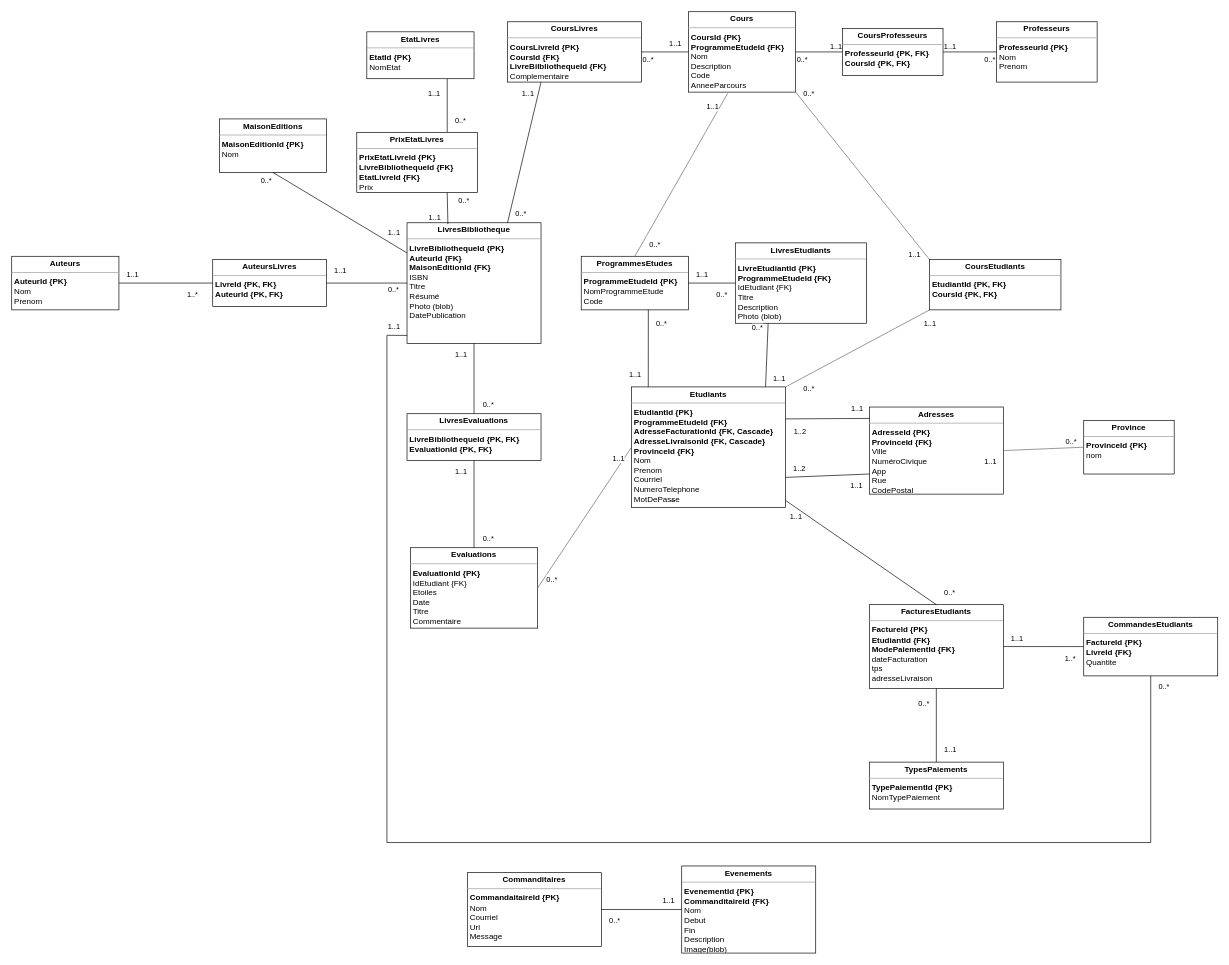
This is page "Page-1" (1 of 2) of org/diagrammes/modele-bd/modele-bd.drawio from Feelschevreuil/vlisside-Survivor, a draw.io file, before an edit. Source tidied: cells renumbered, new cells numbered last; positions are measured from the earlier drawing's top-left corner, leaving out a move shared by most shapes. Both pictures are drawn from the tidied source at 67%, with x=0, y=0 at pixel (11, 11).
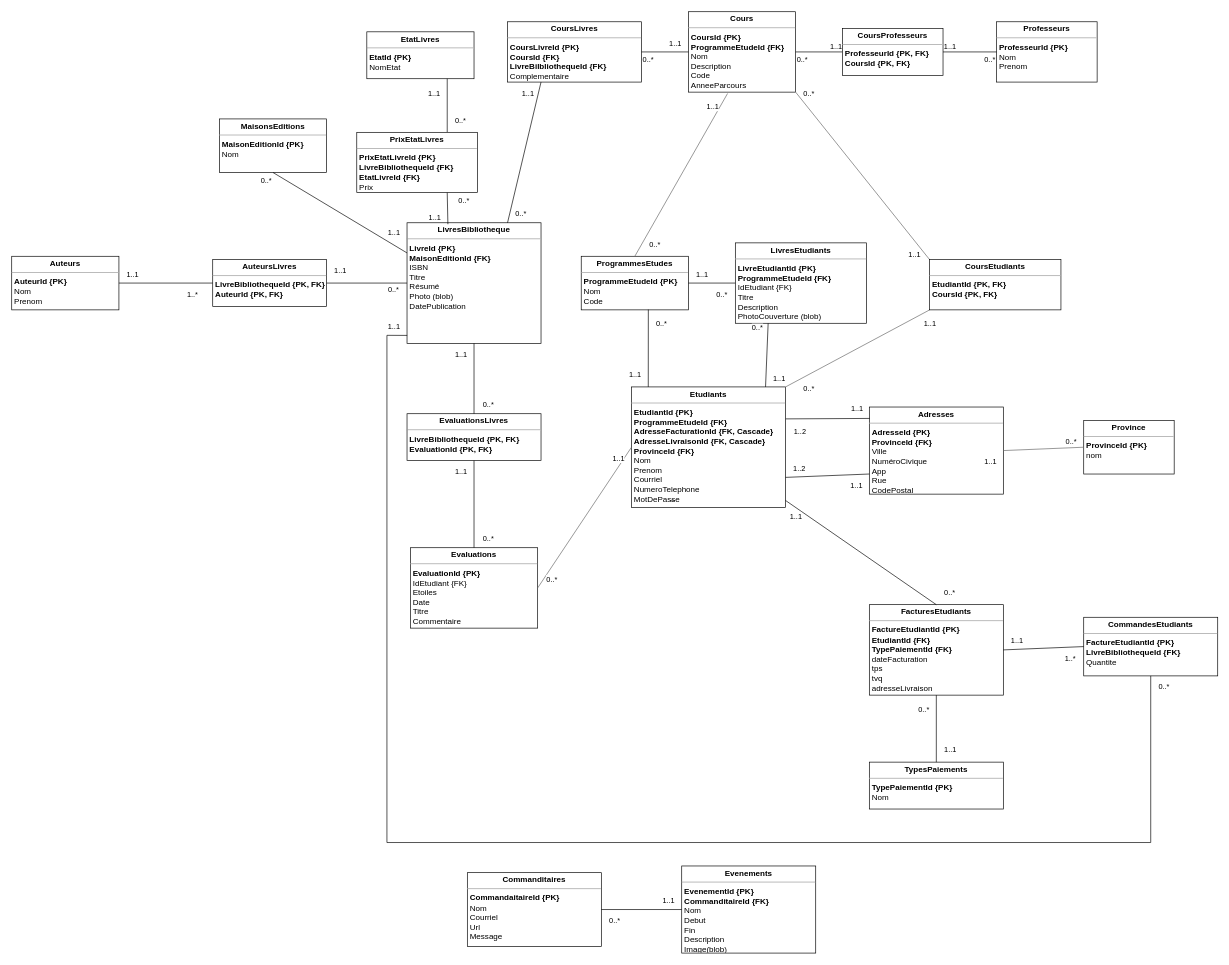
The same diagram, later.

Commit message:
docs: modification diagramme de base de données

Modifier le diagramme de la base de données afin de concoorder avec les
termes utilisés dans celle-ci.

What changed in the source:
```diff
@@
-    <mxCell id="2" value="&lt;p style=&quot;margin: 0px ; margin-top: 4px ; text-align: center&quot;&gt;&lt;b&gt;LivresBibliotheque&lt;/b&gt;&lt;/p&gt;&lt;hr size=&quot;1&quot;&gt;&lt;p style=&quot;margin: 0px ; margin-left: 4px&quot;&gt;&lt;b&gt;LivreBibliothequeId {PK}&lt;/b&gt;&lt;/p&gt;&lt;p style=&quot;margin: 0px ; margin-left: 4px&quot;&gt;&lt;b&gt;AuteurId {FK}&lt;/b&gt;&lt;/p&gt;&lt;p style=&quot;margin: 0px ; margin-left: 4px&quot;&gt;&lt;b&gt;MaisonEditionId {FK}&lt;/b&gt;&lt;/p&gt;&lt;p style=&quot;margin: 0px ; margin-left: 4px&quot;&gt;ISBN&lt;/p&gt;&lt;p style=&quot;margin: 0px ; margin-left: 4px&quot;&gt;Titre&lt;/p&gt;&lt;p style=&quot;margin: 0px ; margin-left: 4px&quot;&gt;Résumé&lt;/p&gt;&lt;p style=&quot;margin: 0px ; margin-left: 4px&quot;&gt;Photo (blob)&lt;/p&gt;&lt;p style=&quot;margin: 0px ; margin-left: 4px&quot;&gt;DatePublication&lt;/p&gt;" style="verticalAlign=top;align=left;overflow=fill;fontSize=12;fontFamily=Helvetica;html=1;" parent="1" vertex="1">
+    <mxCell id="2" value="&lt;p style=&quot;margin: 0px ; margin-top: 4px ; text-align: center&quot;&gt;&lt;b&gt;LivresBibliotheque&lt;/b&gt;&lt;/p&gt;&lt;hr size=&quot;1&quot;&gt;&lt;p style=&quot;margin: 0px ; margin-left: 4px&quot;&gt;&lt;b&gt;LivreId {PK}&lt;/b&gt;&lt;/p&gt;&lt;p style=&quot;margin: 0px ; margin-left: 4px&quot;&gt;&lt;b&gt;MaisonEditionId {FK}&lt;/b&gt;&lt;/p&gt;&lt;p style=&quot;margin: 0px ; margin-left: 4px&quot;&gt;ISBN&lt;/p&gt;&lt;p style=&quot;margin: 0px ; margin-left: 4px&quot;&gt;Titre&lt;/p&gt;&lt;p style=&quot;margin: 0px ; margin-left: 4px&quot;&gt;Résumé&lt;/p&gt;&lt;p style=&quot;margin: 0px ; margin-left: 4px&quot;&gt;Photo (blob)&lt;/p&gt;&lt;p style=&quot;margin: 0px ; margin-left: 4px&quot;&gt;DatePublication&lt;/p&gt;" style="verticalAlign=top;align=left;overflow=fill;fontSize=12;fontFamily=Helvetica;html=1;" parent="1" vertex="1">
       <mxGeometry x="590" y="315" width="200" height="180" as="geometry" />
     </mxCell>
-    <mxCell id="3" value="&lt;p style=&quot;margin: 0px ; margin-top: 4px ; text-align: center&quot;&gt;&lt;b&gt;LivresEvaluations&lt;/b&gt;&lt;/p&gt;&lt;hr size=&quot;1&quot;&gt;&lt;p style=&quot;margin: 0px ; margin-left: 4px&quot;&gt;&lt;b&gt;LivreBibliothequeId {PK, FK}&lt;/b&gt;&lt;/p&gt;&lt;p style=&quot;margin: 0px ; margin-left: 4px&quot;&gt;&lt;b&gt;EvaluationId {PK, FK}&lt;/b&gt;&lt;/p&gt;" style="verticalAlign=top;align=left;overflow=fill;fontSize=12;fontFamily=Helvetica;html=1;" parent="1" vertex="1">
+    <mxCell id="3" value="&lt;p style=&quot;margin: 0px ; margin-top: 4px ; text-align: center&quot;&gt;&lt;b&gt;EvaluationsLivres&lt;/b&gt;&lt;/p&gt;&lt;hr size=&quot;1&quot;&gt;&lt;p style=&quot;margin: 0px ; margin-left: 4px&quot;&gt;&lt;b&gt;LivreBibliothequeId {PK, FK}&lt;/b&gt;&lt;/p&gt;&lt;p style=&quot;margin: 0px ; margin-left: 4px&quot;&gt;&lt;b&gt;EvaluationId {PK, FK}&lt;/b&gt;&lt;/p&gt;" style="verticalAlign=top;align=left;overflow=fill;fontSize=12;fontFamily=Helvetica;html=1;" parent="1" vertex="1">
       <mxGeometry x="590" y="600" width="200" height="70" as="geometry" />
     </mxCell>
@@
-    <mxCell id="11" value="&lt;p style=&quot;margin: 0px ; margin-top: 4px ; text-align: center&quot;&gt;&lt;b&gt;ProgrammesEtudes&lt;/b&gt;&lt;/p&gt;&lt;hr size=&quot;1&quot;&gt;&lt;p style=&quot;margin: 0px ; margin-left: 4px&quot;&gt;&lt;b&gt;ProgrammeEtudeId {PK}&lt;/b&gt;&lt;/p&gt;&lt;p style=&quot;margin: 0px ; margin-left: 4px&quot;&gt;NomProgrammeEtude&lt;/p&gt;&lt;p style=&quot;margin: 0px ; margin-left: 4px&quot;&gt;Code&lt;/p&gt;" style="verticalAlign=top;align=left;overflow=fill;fontSize=12;fontFamily=Helvetica;html=1;" parent="1" vertex="1">
+    <mxCell id="11" value="&lt;p style=&quot;margin: 0px ; margin-top: 4px ; text-align: center&quot;&gt;&lt;b&gt;ProgrammesEtudes&lt;/b&gt;&lt;/p&gt;&lt;hr size=&quot;1&quot;&gt;&lt;p style=&quot;margin: 0px ; margin-left: 4px&quot;&gt;&lt;b&gt;ProgrammeEtudeId {PK}&lt;/b&gt;&lt;/p&gt;&lt;p style=&quot;margin: 0px ; margin-left: 4px&quot;&gt;Nom&lt;/p&gt;&lt;p style=&quot;margin: 0px ; margin-left: 4px&quot;&gt;Code&lt;/p&gt;" style="verticalAlign=top;align=left;overflow=fill;fontSize=12;fontFamily=Helvetica;html=1;" parent="1" vertex="1">
       <mxGeometry x="850" y="365" width="160" height="80" as="geometry" />
     </mxCell>
@@
-    <mxCell id="16" value="&lt;p style=&quot;margin: 0px ; margin-top: 4px ; text-align: center&quot;&gt;&lt;b&gt;AuteursLivres&lt;/b&gt;&lt;/p&gt;&lt;hr size=&quot;1&quot;&gt;&lt;p style=&quot;margin: 0px ; margin-left: 4px&quot;&gt;&lt;b&gt;LivreId {PK, FK}&lt;/b&gt;&lt;/p&gt;&lt;p style=&quot;margin: 0px ; margin-left: 4px&quot;&gt;&lt;b&gt;AuteurId {PK, FK}&lt;/b&gt;&lt;br&gt;&lt;/p&gt;" style="verticalAlign=top;align=left;overflow=fill;fontSize=12;fontFamily=Helvetica;html=1;" parent="1" vertex="1">
+    <mxCell id="16" value="&lt;p style=&quot;margin: 0px ; margin-top: 4px ; text-align: center&quot;&gt;&lt;b&gt;AuteursLivres&lt;/b&gt;&lt;/p&gt;&lt;hr size=&quot;1&quot;&gt;&lt;p style=&quot;margin: 0px ; margin-left: 4px&quot;&gt;&lt;b&gt;LivreBibliothequeId {PK, FK}&lt;/b&gt;&lt;/p&gt;&lt;p style=&quot;margin: 0px ; margin-left: 4px&quot;&gt;&lt;b&gt;AuteurId {PK, FK}&lt;/b&gt;&lt;br&gt;&lt;/p&gt;" style="verticalAlign=top;align=left;overflow=fill;fontSize=12;fontFamily=Helvetica;html=1;" parent="1" vertex="1">
       <mxGeometry x="300" y="370" width="170" height="70" as="geometry" />
     </mxCell>
@@
-    <mxCell id="24" value="&lt;p style=&quot;margin: 0px ; margin-top: 4px ; text-align: center&quot;&gt;&lt;b&gt;LivresEtudiants&lt;/b&gt;&lt;/p&gt;&lt;hr size=&quot;1&quot;&gt;&lt;p style=&quot;margin: 0px ; margin-left: 4px&quot;&gt;&lt;b&gt;LivreEtudiantId {PK}&lt;/b&gt;&lt;/p&gt;&lt;p style=&quot;margin: 0px ; margin-left: 4px&quot;&gt;&lt;b&gt;ProgrammeEtudeId {FK}&lt;/b&gt;&lt;br&gt;IdEtudiant {FK}&lt;/p&gt;&lt;p style=&quot;margin: 0px ; margin-left: 4px&quot;&gt;Titre&lt;/p&gt;&lt;p style=&quot;margin: 0px ; margin-left: 4px&quot;&gt;Description&lt;/p&gt;&lt;p style=&quot;margin: 0px ; margin-left: 4px&quot;&gt;Photo (blob)&lt;/p&gt;" style="verticalAlign=top;align=left;overflow=fill;fontSize=12;fontFamily=Helvetica;html=1;" parent="1" vertex="1">
+    <mxCell id="24" value="&lt;p style=&quot;margin: 0px ; margin-top: 4px ; text-align: center&quot;&gt;&lt;b&gt;LivresEtudiants&lt;/b&gt;&lt;/p&gt;&lt;hr size=&quot;1&quot;&gt;&lt;p style=&quot;margin: 0px ; margin-left: 4px&quot;&gt;&lt;b&gt;LivreEtudiantId {PK}&lt;/b&gt;&lt;/p&gt;&lt;p style=&quot;margin: 0px ; margin-left: 4px&quot;&gt;&lt;b&gt;ProgrammeEtudeId {FK}&lt;/b&gt;&lt;br&gt;IdEtudiant {FK}&lt;/p&gt;&lt;p style=&quot;margin: 0px ; margin-left: 4px&quot;&gt;Titre&lt;/p&gt;&lt;p style=&quot;margin: 0px ; margin-left: 4px&quot;&gt;Description&lt;/p&gt;&lt;p style=&quot;margin: 0px ; margin-left: 4px&quot;&gt;PhotoCouverture (blob)&lt;/p&gt;" style="verticalAlign=top;align=left;overflow=fill;fontSize=12;fontFamily=Helvetica;html=1;" parent="1" vertex="1">
       <mxGeometry x="1080" y="345" width="196" height="120" as="geometry" />
     </mxCell>
@@
-    <mxCell id="39" value="&lt;p style=&quot;margin: 0px ; margin-top: 4px ; text-align: center&quot;&gt;&lt;b&gt;FacturesEtudiants&lt;/b&gt;&lt;/p&gt;&lt;hr size=&quot;1&quot;&gt;&lt;p style=&quot;margin: 0px ; margin-left: 4px&quot;&gt;&lt;b&gt;FactureId {PK}&lt;/b&gt;&lt;/p&gt;&lt;p style=&quot;margin: 0px ; margin-left: 4px&quot;&gt;&lt;b&gt;EtudiantId {FK}&lt;/b&gt;&lt;/p&gt;&lt;p style=&quot;margin: 0px 0px 0px 4px&quot;&gt;&lt;b&gt;ModePaiementId {FK}&lt;/b&gt;&lt;/p&gt;&lt;p style=&quot;margin: 0px ; margin-left: 4px&quot;&gt;dateFacturation&lt;br&gt;&lt;/p&gt;&lt;p style=&quot;margin: 0px ; margin-left: 4px&quot;&gt;tps&lt;/p&gt;&lt;p style=&quot;margin: 0px ; margin-left: 4px&quot;&gt;adresseLivraison&lt;/p&gt;" style="verticalAlign=top;align=left;overflow=fill;fontSize=12;fontFamily=Helvetica;html=1;" parent="1" vertex="1">
-      <mxGeometry x="1280" y="885" width="200" height="125" as="geometry" />
+    <mxCell id="39" value="&lt;p style=&quot;margin: 0px ; margin-top: 4px ; text-align: center&quot;&gt;&lt;b&gt;FacturesEtudiants&lt;/b&gt;&lt;/p&gt;&lt;hr size=&quot;1&quot;&gt;&lt;p style=&quot;margin: 0px ; margin-left: 4px&quot;&gt;&lt;b&gt;FactureEtudiantId {PK}&lt;/b&gt;&lt;/p&gt;&lt;p style=&quot;margin: 0px ; margin-left: 4px&quot;&gt;&lt;b&gt;EtudiantId {FK}&lt;/b&gt;&lt;/p&gt;&lt;p style=&quot;margin: 0px 0px 0px 4px&quot;&gt;&lt;b&gt;TypePaiementId {FK}&lt;/b&gt;&lt;/p&gt;&lt;p style=&quot;margin: 0px ; margin-left: 4px&quot;&gt;dateFacturation&lt;br&gt;&lt;/p&gt;&lt;p style=&quot;margin: 0px ; margin-left: 4px&quot;&gt;tps&lt;/p&gt;&lt;p style=&quot;margin: 0px ; margin-left: 4px&quot;&gt;tvq&lt;/p&gt;&lt;p style=&quot;margin: 0px ; margin-left: 4px&quot;&gt;adresseLivraison&lt;/p&gt;" style="verticalAlign=top;align=left;overflow=fill;fontSize=12;fontFamily=Helvetica;html=1;" parent="1" vertex="1">
+      <mxGeometry x="1280" y="885" width="200" height="135" as="geometry" />
     </mxCell>
@@
-    <mxCell id="43" value="&lt;p style=&quot;margin: 0px ; margin-top: 4px ; text-align: center&quot;&gt;&lt;b&gt;TypesPaiements&lt;/b&gt;&lt;/p&gt;&lt;hr size=&quot;1&quot;&gt;&lt;p style=&quot;margin: 0px ; margin-left: 4px&quot;&gt;&lt;b&gt;TypePaiementId {PK}&lt;/b&gt;&lt;/p&gt;&lt;p style=&quot;margin: 0px ; margin-left: 4px&quot;&gt;NomTypePaiement&lt;/p&gt;&lt;p style=&quot;margin: 0px ; margin-left: 4px&quot;&gt;&lt;br&gt;&lt;/p&gt;" style="verticalAlign=top;align=left;overflow=fill;fontSize=12;fontFamily=Helvetica;html=1;" parent="1" vertex="1">
+    <mxCell id="43" value="&lt;p style=&quot;margin: 0px ; margin-top: 4px ; text-align: center&quot;&gt;&lt;b&gt;TypesPaiements&lt;/b&gt;&lt;/p&gt;&lt;hr size=&quot;1&quot;&gt;&lt;p style=&quot;margin: 0px ; margin-left: 4px&quot;&gt;&lt;b&gt;TypePaiementId {PK}&lt;/b&gt;&lt;/p&gt;&lt;p style=&quot;margin: 0px ; margin-left: 4px&quot;&gt;Nom&lt;/p&gt;&lt;p style=&quot;margin: 0px ; margin-left: 4px&quot;&gt;&lt;br&gt;&lt;/p&gt;" style="verticalAlign=top;align=left;overflow=fill;fontSize=12;fontFamily=Helvetica;html=1;" parent="1" vertex="1">
       <mxGeometry x="1280" y="1120" width="200" height="70" as="geometry" />
     </mxCell>
@@
-    <mxCell id="47" value="&lt;p style=&quot;margin: 0px ; margin-top: 4px ; text-align: center&quot;&gt;&lt;b&gt;CommandesEtudiants&lt;/b&gt;&lt;/p&gt;&lt;hr size=&quot;1&quot;&gt;&lt;p style=&quot;margin: 0px ; margin-left: 4px&quot;&gt;&lt;b&gt;FactureId {PK}&lt;/b&gt;&lt;/p&gt;&lt;p style=&quot;margin: 0px ; margin-left: 4px&quot;&gt;&lt;b&gt;LivreId {FK}&lt;/b&gt;&lt;/p&gt;&lt;p style=&quot;margin: 0px ; margin-left: 4px&quot;&gt;Quantite&lt;/p&gt;&lt;p style=&quot;margin: 0px ; margin-left: 4px&quot;&gt;&lt;br&gt;&lt;/p&gt;" style="verticalAlign=top;align=left;overflow=fill;fontSize=12;fontFamily=Helvetica;html=1;" parent="1" vertex="1">
+    <mxCell id="47" value="&lt;p style=&quot;margin: 0px ; margin-top: 4px ; text-align: center&quot;&gt;&lt;b&gt;CommandesEtudiants&lt;/b&gt;&lt;/p&gt;&lt;hr size=&quot;1&quot;&gt;&lt;p style=&quot;margin: 0px ; margin-left: 4px&quot;&gt;&lt;b&gt;FactureEtudiantId {PK}&lt;/b&gt;&lt;/p&gt;&lt;p style=&quot;margin: 0px ; margin-left: 4px&quot;&gt;&lt;b&gt;LivreBibliothequeId {FK}&lt;/b&gt;&lt;/p&gt;&lt;p style=&quot;margin: 0px ; margin-left: 4px&quot;&gt;Quantite&lt;/p&gt;&lt;p style=&quot;margin: 0px ; margin-left: 4px&quot;&gt;&lt;br&gt;&lt;/p&gt;" style="verticalAlign=top;align=left;overflow=fill;fontSize=12;fontFamily=Helvetica;html=1;" parent="1" vertex="1">
       <mxGeometry x="1600" y="903.8" width="200" height="87.5" as="geometry" />
     </mxCell>
@@
-    <mxCell id="76" value="&lt;p style=&quot;margin: 0px ; margin-top: 4px ; text-align: center&quot;&gt;&lt;b&gt;MaisonEditions&lt;/b&gt;&lt;/p&gt;&lt;hr size=&quot;1&quot;&gt;&lt;p style=&quot;margin: 0px ; margin-left: 4px&quot;&gt;&lt;b&gt;MaisonEditionId {PK}&lt;/b&gt;&lt;/p&gt;&lt;p style=&quot;margin: 0px ; margin-left: 4px&quot;&gt;Nom&lt;/p&gt;&lt;p style=&quot;margin: 0px ; margin-left: 4px&quot;&gt;&lt;br&gt;&lt;/p&gt;" style="verticalAlign=top;align=left;overflow=fill;fontSize=12;fontFamily=Helvetica;html=1;" parent="1" vertex="1">
+    <mxCell id="76" value="&lt;p style=&quot;margin: 0px ; margin-top: 4px ; text-align: center&quot;&gt;&lt;b&gt;MaisonsEditions&lt;/b&gt;&lt;/p&gt;&lt;hr size=&quot;1&quot;&gt;&lt;p style=&quot;margin: 0px ; margin-left: 4px&quot;&gt;&lt;b&gt;MaisonEditionId {PK}&lt;/b&gt;&lt;/p&gt;&lt;p style=&quot;margin: 0px ; margin-left: 4px&quot;&gt;Nom&lt;/p&gt;&lt;p style=&quot;margin: 0px ; margin-left: 4px&quot;&gt;&lt;br&gt;&lt;/p&gt;" style="verticalAlign=top;align=left;overflow=fill;fontSize=12;fontFamily=Helvetica;html=1;" parent="1" vertex="1">
       <mxGeometry x="310" y="160" width="160" height="80" as="geometry" />
     </mxCell>
```
